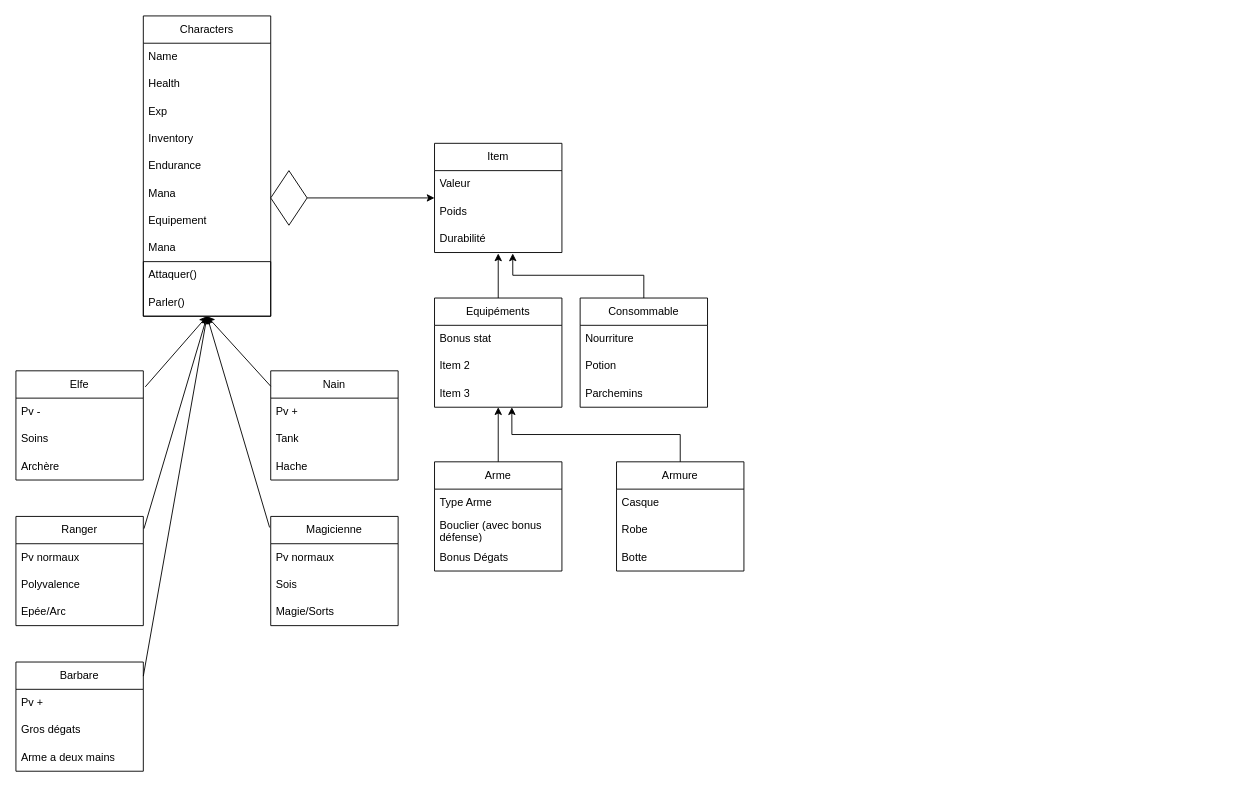
JordanMufc/POO-STJ keeps this draw.io diagram as PV de réunion/Diagramme_Jeux_RPG.drawio. Above is the earlier version. Source tidied: cells renumbered, new cells numbered last; positions are measured from the earlier drawing's top-left corner, leaving out a move shared by most shapes. Both pictures are drawn from the tidied source at 91%, with x=0, y=0 at pixel (15, 15).
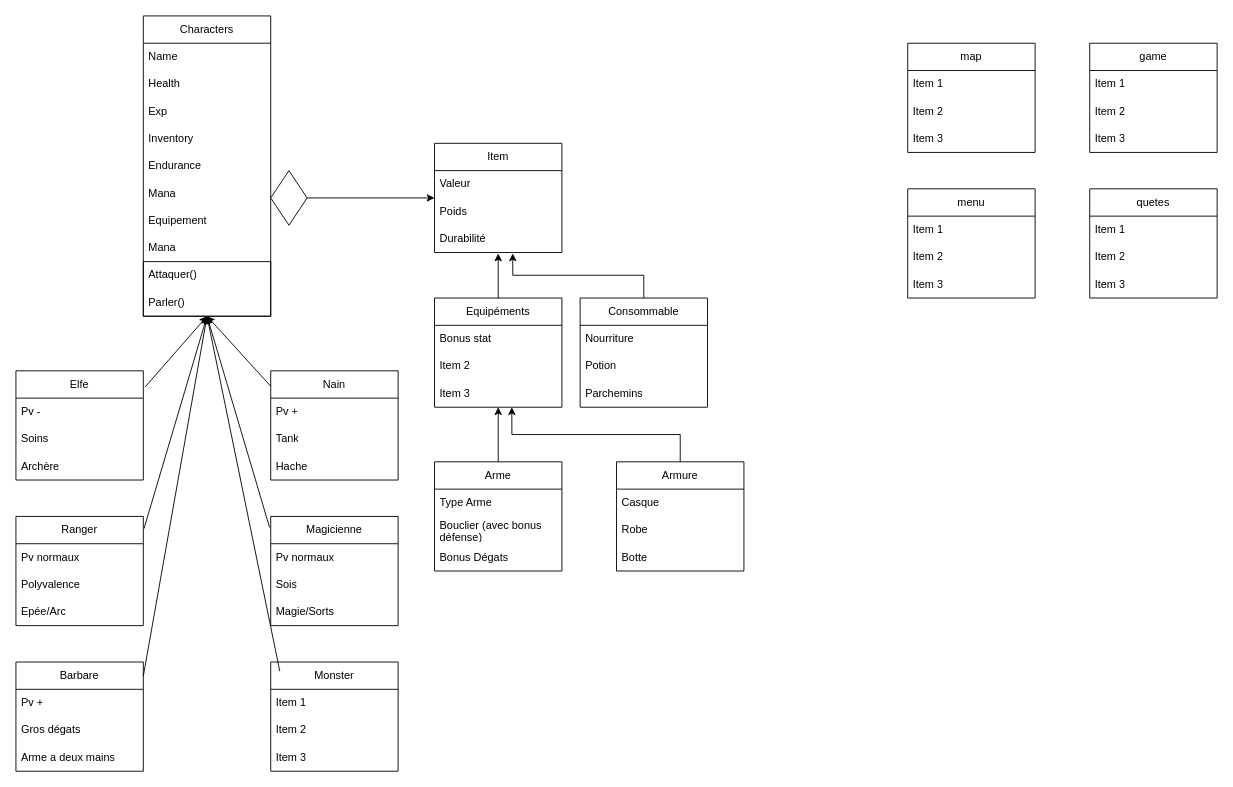
After the change.

Commit message (it also covers changes not shown here):
IMP: ajout inconnues sur le diagramme

The change refers to these unchanged cells:
```xml
<mxCell id="11" style="swimlane;startSize=0;" parent="2" vertex="1">
  <mxGeometry y="270" width="140" height="60" as="geometry" />
</mxCell>
```

Diff of the diagram source:
```diff
@@
+    <mxCell id="65" value="game" style="swimlane;fontStyle=0;horizontal=1;startSize=30;whiteSpace=wrap;html=1;" parent="1" vertex="1">
+      <mxGeometry x="1180" y="30" width="140" height="120" as="geometry" />
+    </mxCell>
+    <mxCell id="66" value="Item 1" style="text;strokeColor=none;fillColor=none;align=left;verticalAlign=middle;spacingLeft=4;spacingRight=4;overflow=hidden;whiteSpace=wrap;html=1;" parent="65" vertex="1">
+      <mxGeometry y="30" width="140" height="30" as="geometry" />
+    </mxCell>
+    <mxCell id="67" value="Item 2" style="text;strokeColor=none;fillColor=none;align=left;verticalAlign=middle;spacingLeft=4;spacingRight=4;overflow=hidden;whiteSpace=wrap;html=1;" parent="65" vertex="1">
+      <mxGeometry y="60" width="140" height="30" as="geometry" />
+    </mxCell>
+    <mxCell id="68" value="Item 3" style="text;strokeColor=none;fillColor=none;align=left;verticalAlign=middle;spacingLeft=4;spacingRight=4;overflow=hidden;whiteSpace=wrap;html=1;" parent="65" vertex="1">
+      <mxGeometry y="90" width="140" height="30" as="geometry" />
+    </mxCell>
+    <mxCell id="69" value="map" style="swimlane;fontStyle=0;horizontal=1;startSize=30;whiteSpace=wrap;html=1;" parent="1" vertex="1">
+      <mxGeometry x="980" y="30" width="140" height="120" as="geometry" />
+    </mxCell>
+    <mxCell id="70" value="Item 1" style="text;strokeColor=none;fillColor=none;align=left;verticalAlign=middle;spacingLeft=4;spacingRight=4;overflow=hidden;whiteSpace=wrap;html=1;" parent="69" vertex="1">
+      <mxGeometry y="30" width="140" height="30" as="geometry" />
+    </mxCell>
+    <mxCell id="71" value="Item 2" style="text;strokeColor=none;fillColor=none;align=left;verticalAlign=middle;spacingLeft=4;spacingRight=4;overflow=hidden;whiteSpace=wrap;html=1;" parent="69" vertex="1">
+      <mxGeometry y="60" width="140" height="30" as="geometry" />
+    </mxCell>
+    <mxCell id="72" value="Item 3" style="text;strokeColor=none;fillColor=none;align=left;verticalAlign=middle;spacingLeft=4;spacingRight=4;overflow=hidden;whiteSpace=wrap;html=1;" parent="69" vertex="1">
+      <mxGeometry y="90" width="140" height="30" as="geometry" />
+    </mxCell>
+    <mxCell id="73" value="Monster" style="swimlane;fontStyle=0;horizontal=1;startSize=30;whiteSpace=wrap;html=1;" parent="1" vertex="1">
+      <mxGeometry x="280" y="710" width="140" height="120" as="geometry" />
+    </mxCell>
+    <mxCell id="74" value="Item 1" style="text;strokeColor=none;fillColor=none;align=left;verticalAlign=middle;spacingLeft=4;spacingRight=4;overflow=hidden;whiteSpace=wrap;html=1;" parent="73" vertex="1">
+      <mxGeometry y="30" width="140" height="30" as="geometry" />
+    </mxCell>
+    <mxCell id="75" value="Item 2" style="text;strokeColor=none;fillColor=none;align=left;verticalAlign=middle;spacingLeft=4;spacingRight=4;overflow=hidden;whiteSpace=wrap;html=1;" parent="73" vertex="1">
+      <mxGeometry y="60" width="140" height="30" as="geometry" />
+    </mxCell>
+    <mxCell id="76" value="Item 3" style="text;strokeColor=none;fillColor=none;align=left;verticalAlign=middle;spacingLeft=4;spacingRight=4;overflow=hidden;whiteSpace=wrap;html=1;" parent="73" vertex="1">
+      <mxGeometry y="90" width="140" height="30" as="geometry" />
+    </mxCell>
+    <mxCell id="77" style="endArrow=classic;html=1;rounded=0;exitX=0.071;exitY=0.083;exitDx=0;exitDy=0;exitPerimeter=0;entryX=0.5;entryY=1;entryDx=0;entryDy=0;" parent="1" edge="1" source="73" target="11">
+      <mxGeometry relative="1" as="geometry" />
+    </mxCell>
+    <mxCell id="78" value="menu" style="swimlane;fontStyle=0;horizontal=1;startSize=30;whiteSpace=wrap;html=1;" parent="1" vertex="1">
+      <mxGeometry x="980" y="190" width="140" height="120" as="geometry" />
+    </mxCell>
+    <mxCell id="79" value="Item 1" style="text;strokeColor=none;fillColor=none;align=left;verticalAlign=middle;spacingLeft=4;spacingRight=4;overflow=hidden;whiteSpace=wrap;html=1;" parent="78" vertex="1">
+      <mxGeometry y="30" width="140" height="30" as="geometry" />
+    </mxCell>
+    <mxCell id="80" value="Item 2" style="text;strokeColor=none;fillColor=none;align=left;verticalAlign=middle;spacingLeft=4;spacingRight=4;overflow=hidden;whiteSpace=wrap;html=1;" parent="78" vertex="1">
+      <mxGeometry y="60" width="140" height="30" as="geometry" />
+    </mxCell>
+    <mxCell id="81" value="Item 3" style="text;strokeColor=none;fillColor=none;align=left;verticalAlign=middle;spacingLeft=4;spacingRight=4;overflow=hidden;whiteSpace=wrap;html=1;" parent="78" vertex="1">
+      <mxGeometry y="90" width="140" height="30" as="geometry" />
+    </mxCell>
+    <mxCell id="82" value="quetes" style="swimlane;fontStyle=0;horizontal=1;startSize=30;whiteSpace=wrap;html=1;" parent="1" vertex="1">
+      <mxGeometry x="1180" y="190" width="140" height="120" as="geometry" />
+    </mxCell>
+    <mxCell id="83" value="Item 1" style="text;strokeColor=none;fillColor=none;align=left;verticalAlign=middle;spacingLeft=4;spacingRight=4;overflow=hidden;whiteSpace=wrap;html=1;" parent="82" vertex="1">
+      <mxGeometry y="30" width="140" height="30" as="geometry" />
+    </mxCell>
+    <mxCell id="84" value="Item 2" style="text;strokeColor=none;fillColor=none;align=left;verticalAlign=middle;spacingLeft=4;spacingRight=4;overflow=hidden;whiteSpace=wrap;html=1;" parent="82" vertex="1">
+      <mxGeometry y="60" width="140" height="30" as="geometry" />
+    </mxCell>
+    <mxCell id="85" value="Item 3" style="text;strokeColor=none;fillColor=none;align=left;verticalAlign=middle;spacingLeft=4;spacingRight=4;overflow=hidden;whiteSpace=wrap;html=1;" parent="82" vertex="1">
+      <mxGeometry y="90" width="140" height="30" as="geometry" />
+    </mxCell>
```
